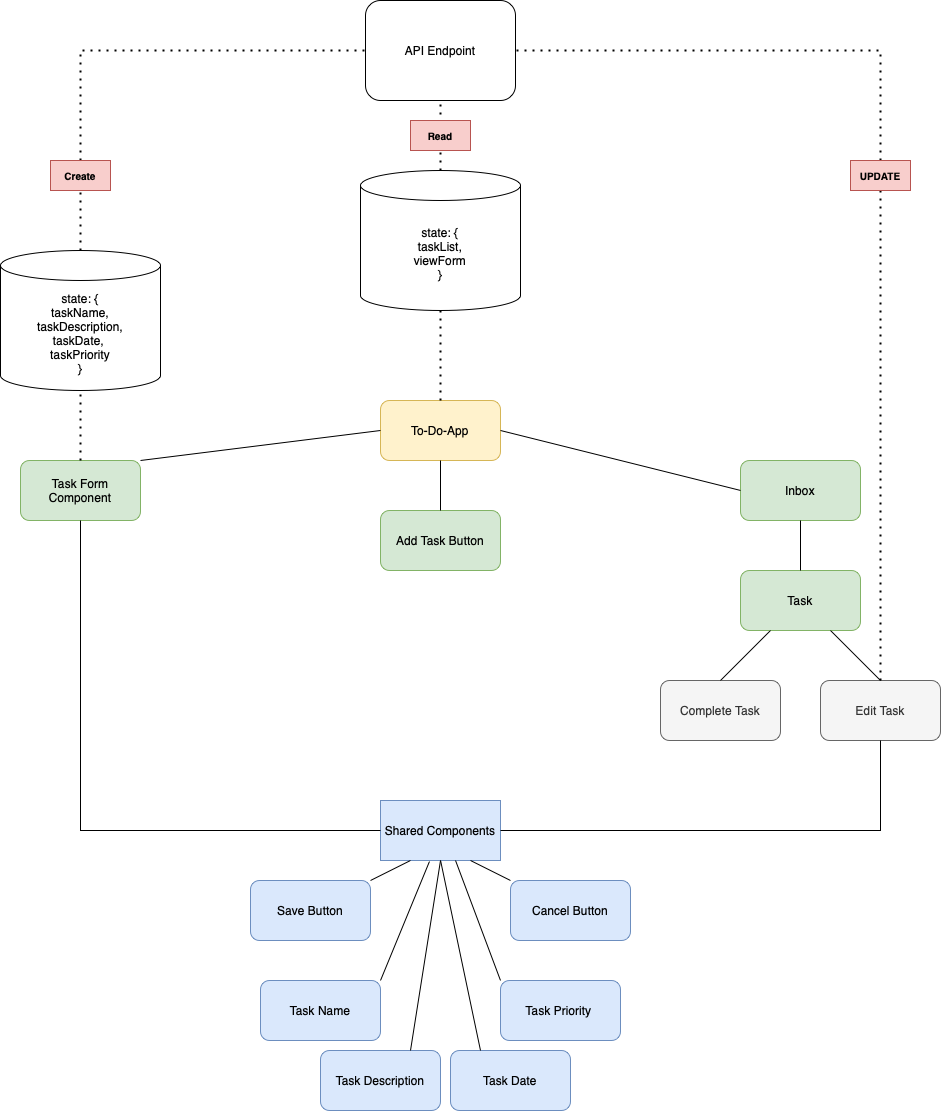
This is images/to-do-list-architecture.png from ddanner97/JustDoIt, a draw.io export, as it was before one commit. Source tidied: cells renumbered, new cells last; positions are measured from the earlier drawing's top-left corner, leaving out a move shared by most shapes.
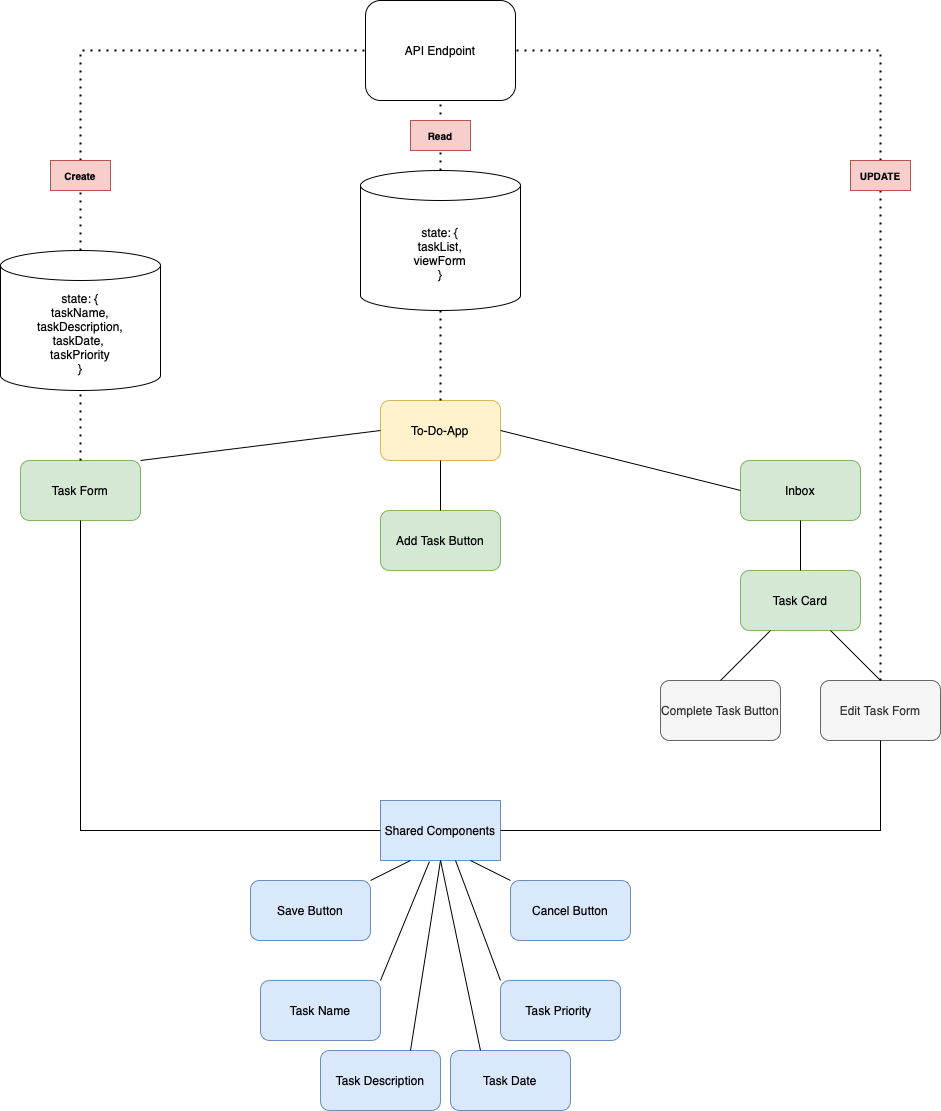
After the commit.

Commit message:
add new diagram for app architecture

What changed in the source:
```diff
@@ -5,7 +5,7 @@
     <mxCell id="2" value="To-Do-App" style="rounded=1;whiteSpace=wrap;html=1;fillColor=#fff2cc;strokeColor=#d6b656;" parent="1" vertex="1">
       <mxGeometry x="380" y="400" width="120" height="60" as="geometry" />
     </mxCell>
-    <mxCell id="3" value="Task Form Component" style="rounded=1;whiteSpace=wrap;html=1;fillColor=#d5e8d4;strokeColor=#82b366;" parent="1" vertex="1">
+    <mxCell id="3" value="Task Form" style="rounded=1;whiteSpace=wrap;html=1;fillColor=#d5e8d4;strokeColor=#82b366;" parent="1" vertex="1">
       <mxGeometry x="20" y="460" width="120" height="60" as="geometry" />
     </mxCell>
     <mxCell id="4" value="Inbox" style="rounded=1;whiteSpace=wrap;html=1;fillColor=#d5e8d4;strokeColor=#82b366;" parent="1" vertex="1">
@@ -29,10 +29,10 @@
     <mxCell id="10" style="endArrow=none;html=1;rounded=0;entryX=1;entryY=0.5;entryDx=0;entryDy=0;exitX=0;exitY=0.5;exitDx=0;exitDy=0;" parent="1" edge="1" source="4" target="2">
       <mxGeometry relative="1" as="geometry" />
     </mxCell>
-    <mxCell id="11" value="Edit&amp;nbsp;Task" style="rounded=1;whiteSpace=wrap;html=1;fillColor=#f5f5f5;fontColor=#333333;strokeColor=#666666;" parent="1" vertex="1">
+    <mxCell id="11" value="Edit&amp;nbsp;Task Form" style="rounded=1;whiteSpace=wrap;html=1;fillColor=#f5f5f5;fontColor=#333333;strokeColor=#666666;" parent="1" vertex="1">
       <mxGeometry x="820" y="680" width="120" height="60" as="geometry" />
     </mxCell>
-    <mxCell id="12" value="Complete Task" style="rounded=1;whiteSpace=wrap;html=1;fillColor=#f5f5f5;fontColor=#333333;strokeColor=#666666;" parent="1" vertex="1">
+    <mxCell id="12" value="Complete Task Button" style="rounded=1;whiteSpace=wrap;html=1;fillColor=#f5f5f5;fontColor=#333333;strokeColor=#666666;" parent="1" vertex="1">
       <mxGeometry x="660" y="680" width="120" height="60" as="geometry" />
     </mxCell>
     <mxCell id="13" value="Task Name&lt;span style=&quot;caret-color: rgba(0, 0, 0, 0); color: rgba(0, 0, 0, 0); font-family: monospace; font-size: 0px; text-align: start;&quot;&gt;%3CmxGraphModel%3E%3Croot%3E%3CmxCell%20id%3D%220%22%2F%3E%3CmxCell%20id%3D%221%22%20parent%3D%220%22%2F%3E%3CmxCell%20id%3D%222%22%20value%3D%22%22%20style%3D%22rounded%3D1%3BwhiteSpace%3Dwrap%3Bhtml%3D1%3B%22%20vertex%3D%221%22%20parent%3D%221%22%3E%3CmxGeometry%20x%3D%22230%22%20y%3D%22620%22%20width%3D%22120%22%20height%3D%2260%22%20as%3D%22geometry%22%2F%3E%3C%2FmxCell%3E%3C%2Froot%3E%3C%2FmxGraphModel%3E&lt;/span&gt;" style="rounded=1;whiteSpace=wrap;html=1;fillColor=#dae8fc;strokeColor=#6c8ebf;" parent="1" vertex="1">
@@ -114,7 +114,7 @@
         </Array>
       </mxGeometry>
     </mxCell>
-    <mxCell id="34" value="Task" style="rounded=1;whiteSpace=wrap;html=1;fillColor=#d5e8d4;strokeColor=#82b366;" parent="1" vertex="1">
+    <mxCell id="34" value="Task Card" style="rounded=1;whiteSpace=wrap;html=1;fillColor=#d5e8d4;strokeColor=#82b366;" parent="1" vertex="1">
       <mxGeometry x="740" y="570" width="120" height="60" as="geometry" />
     </mxCell>
     <mxCell id="35" style="endArrow=none;html=1;rounded=0;entryX=0.5;entryY=1;entryDx=0;entryDy=0;exitX=0.5;exitY=0;exitDx=0;exitDy=0;" parent="1" edge="1" source="34" target="4">
```
